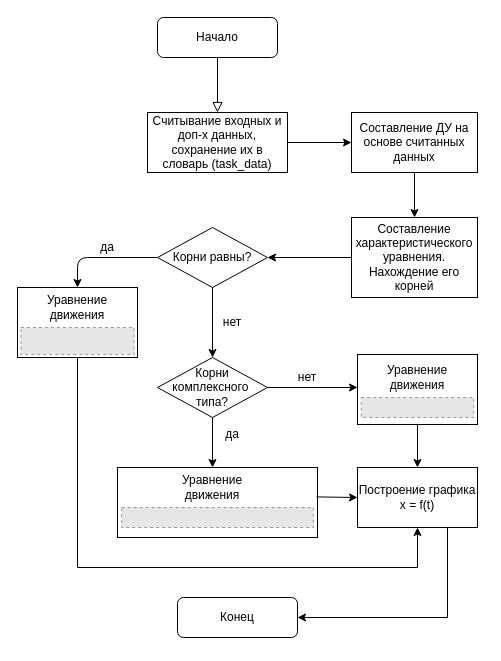
Battle-Of-Two-K/Simulation-engineering-problems keeps this draw.io diagram as programm/Untitled Diagram.drawio. Above is the earlier version. Source tidied: cells renumbered, new cells numbered last; positions are measured from the earlier drawing's top-left corner, leaving out a move shared by most shapes. Both pictures are drawn from the tidied source at 100%, with x=0, y=0 at pixel (17, 17). Pictures stored in the file or linked from it are replaced by grey dashed boxes.
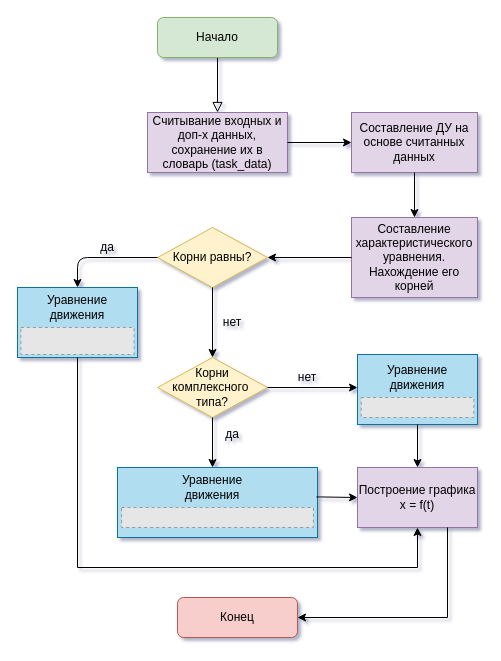
Above is the later version.

What changed in the source:
```diff
@@
-<mxGraphModel>
+<mxGraphModel shadow="1">
@@
-    <mxCell id="3" value="Начало" style="rounded=1;whiteSpace=wrap;html=1;fontSize=12;glass=0;strokeWidth=1;shadow=0;" parent="1" vertex="1">
+    <mxCell id="3" value="Начало" style="rounded=1;whiteSpace=wrap;html=1;fontSize=12;glass=0;strokeWidth=1;shadow=0;fillColor=#d5e8d4;strokeColor=#82b366;" parent="1" vertex="1">
       <mxGeometry x="140" width="120" height="40" as="geometry" />
     </mxCell>
-    <mxCell id="4" value="Конец" style="rounded=1;whiteSpace=wrap;html=1;fontSize=12;glass=0;strokeWidth=1;shadow=0;" parent="1" vertex="1">
+    <mxCell id="4" value="Конец" style="rounded=1;whiteSpace=wrap;html=1;fontSize=12;glass=0;strokeWidth=1;shadow=0;fillColor=#f8cecc;strokeColor=#b85450;" parent="1" vertex="1">
       <mxGeometry x="160" y="580" width="120" height="40" as="geometry" />
     </mxCell>
-    <mxCell id="5" value="Считывание входных и доп-х данных, сохранение их в словарь (task_data)" style="rounded=0;whiteSpace=wrap;html=1;" parent="1" vertex="1">
+    <mxCell id="5" value="Считывание входных и доп-х данных, сохранение их в словарь (task_data)" style="rounded=0;whiteSpace=wrap;html=1;fillColor=#e1d5e7;strokeColor=#9673a6;" parent="1" vertex="1">
       <mxGeometry x="130" y="95" width="140" height="60" as="geometry" />
     </mxCell>
-    <mxCell id="6" value="Составление ДУ на основе считанных данных" style="rounded=0;whiteSpace=wrap;html=1;" parent="1" vertex="1">
+    <mxCell id="6" value="Составление ДУ на основе считанных данных" style="rounded=0;whiteSpace=wrap;html=1;fillColor=#e1d5e7;strokeColor=#9673a6;" parent="1" vertex="1">
       <mxGeometry x="334" y="95" width="126" height="60" as="geometry" />
     </mxCell>
@@
-    <mxCell id="8" value="Составление характеристического уравнения. Нахождение его корней" style="rounded=0;whiteSpace=wrap;html=1;" parent="1" vertex="1">
+    <mxCell id="8" value="Составление характеристического уравнения. Нахождение его корней" style="rounded=0;whiteSpace=wrap;html=1;fillColor=#e1d5e7;strokeColor=#9673a6;" parent="1" vertex="1">
       <mxGeometry x="334" y="200" width="126" height="80" as="geometry" />
     </mxCell>
@@
-    <mxCell id="10" value="Корни равны?" style="rhombus;whiteSpace=wrap;html=1;" parent="1" vertex="1">
+    <mxCell id="10" value="Корни равны?" style="rhombus;whiteSpace=wrap;html=1;fillColor=#fff2cc;strokeColor=#d6b656;" parent="1" vertex="1">
       <mxGeometry x="140" y="210" width="110" height="60" as="geometry" />
     </mxCell>
@@
-    <mxCell id="12" style="rounded=0;whiteSpace=wrap;html=1;" parent="1" vertex="1">
+    <mxCell id="12" style="rounded=0;whiteSpace=wrap;html=1;fillColor=#b1ddf0;strokeColor=#10739e;" parent="1" vertex="1">
       <mxGeometry y="270" width="120" height="70" as="geometry" />
     </mxCell>
@@
-    <mxCell id="17" value="Корни комплексного&amp;nbsp; типа?" style="rhombus;whiteSpace=wrap;html=1;" parent="1" vertex="1">
+    <mxCell id="17" value="Корни комплексного&amp;nbsp; типа?" style="rhombus;whiteSpace=wrap;html=1;fillColor=#fff2cc;strokeColor=#d6b656;" parent="1" vertex="1">
       <mxGeometry x="140" y="340" width="110" height="60" as="geometry" />
     </mxCell>
@@
-    <mxCell id="24" style="rounded=0;whiteSpace=wrap;html=1;" parent="1" vertex="1">
+    <mxCell id="24" style="rounded=0;whiteSpace=wrap;html=1;fillColor=#b1ddf0;strokeColor=#10739e;" parent="1" vertex="1">
       <mxGeometry x="340" y="337" width="120" height="70" as="geometry" />
     </mxCell>
@@
-    <mxCell id="27" style="rounded=0;whiteSpace=wrap;html=1;" parent="1" vertex="1">
+    <mxCell id="27" style="rounded=0;whiteSpace=wrap;html=1;fillColor=#b1ddf0;strokeColor=#10739e;" parent="1" vertex="1">
       <mxGeometry x="100" y="450" width="200" height="70" as="geometry" />
     </mxCell>
@@
-    <mxCell id="30" value="Построение графика&lt;br&gt;x = f(t)" style="rounded=0;whiteSpace=wrap;html=1;" parent="1" vertex="1">
+    <mxCell id="30" value="Построение графика&lt;br&gt;x = f(t)" style="rounded=0;whiteSpace=wrap;html=1;fillColor=#e1d5e7;strokeColor=#9673a6;" parent="1" vertex="1">
       <mxGeometry x="340" y="450" width="120" height="60" as="geometry" />
     </mxCell>
```
